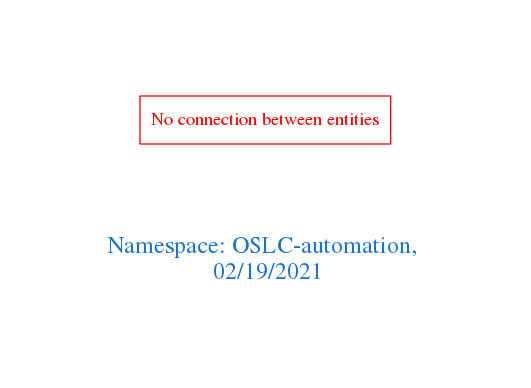
This is downloads/OSLC-automation.png from arago/OGIT, a Graphviz export, as it was before one commit. Its source is kept beside it as downloads/OSLC-automation.dot.
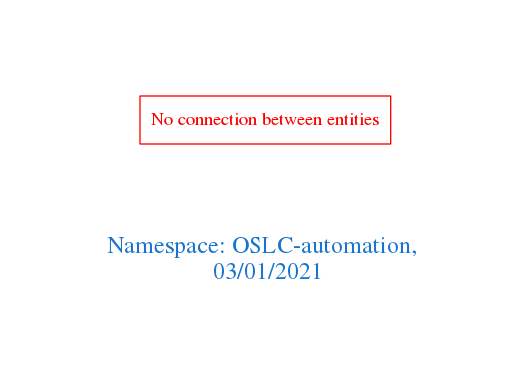
The same file after the commit.

Diff of the diagram source:
```diff
@@ -1,7 +1,7 @@
 digraph OGIT_ontology {
  graph [ rankdir= LR,pad=1
 fontsize = 18,
-fontcolor= dodgerblue3,label = "\n\n\nNamespace: OSLC-automation, \n 02/19/2021"];
+fontcolor= dodgerblue3,label = "\n\n\nNamespace: OSLC-automation, \n 03/01/2021"];
 node[shape=polygon];
 edge [  color="gray81"];
 
```
